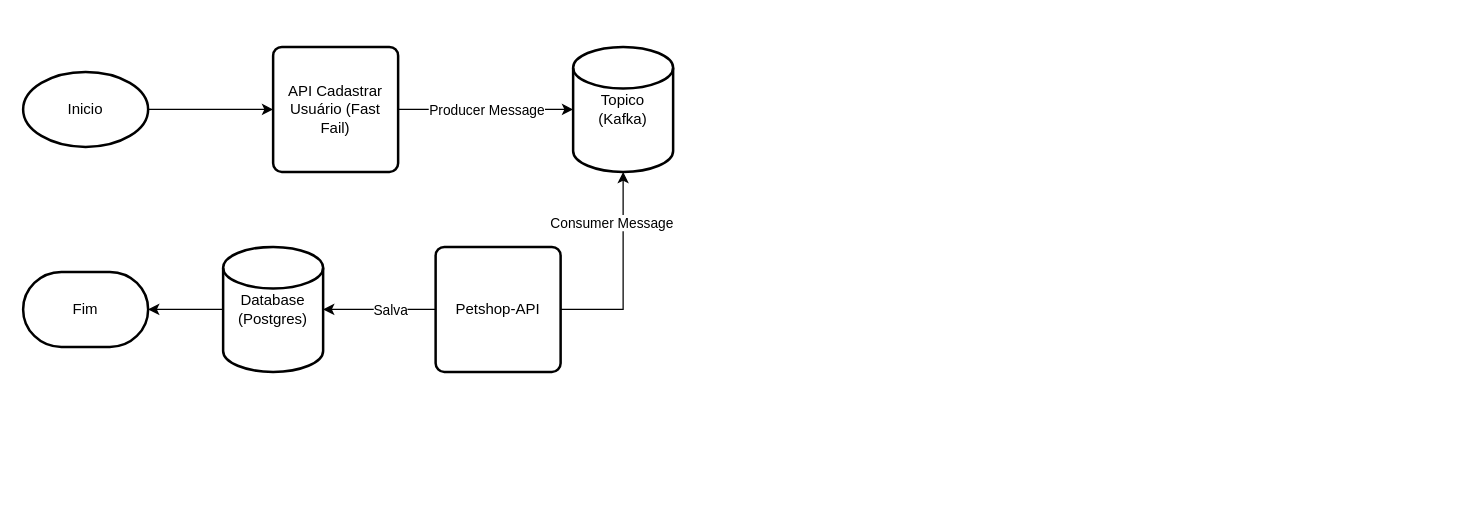
This is page "Usuario" (1 of 2) of diagramas/petshop-system.drawio from petshop-system/petshop-api, a draw.io file, before an edit. Source tidied: cells renumbered, new cells numbered last; positions are measured from the earlier drawing's top-left corner, leaving out a move shared by most shapes. Both pictures are drawn from the tidied source at 125%, with x=0, y=0 at pixel (22, 46).
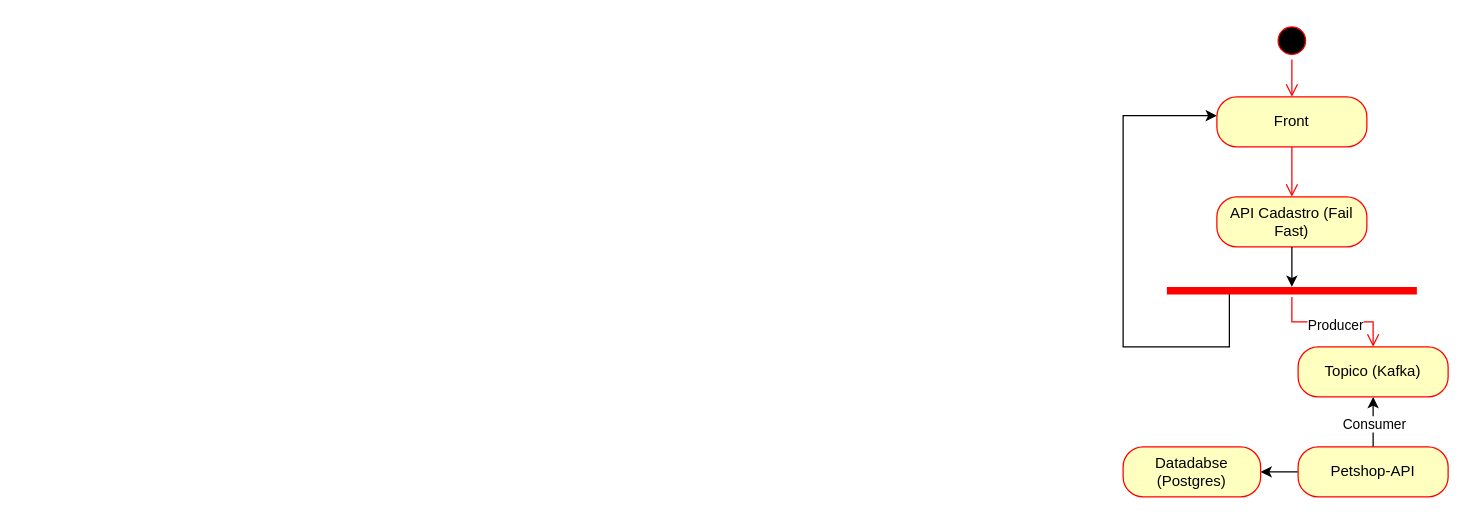
After the change.

Diff of the diagram source:
```diff
@@
-    <mxCell id="2" style="edgeStyle=orthogonalEdgeStyle;rounded=0;jettySize=auto;html=1;exitX=1;exitY=0.5;exitDx=0;exitDy=0;exitPerimeter=0;" parent="1" edge="1" source="3" target="4">
-      <mxGeometry relative="1" as="geometry" />
-    </mxCell>
-    <mxCell id="3" value="Inicio" style="strokeWidth=2;html=1;shape=mxgraph.flowchart.start_1;whiteSpace=wrap;" parent="1" vertex="1">
-      <mxGeometry y="20" width="100" height="60" as="geometry" />
-    </mxCell>
-    <mxCell id="4" value="API Cadastrar Usuário (Fast Fail)" style="rounded=1;whiteSpace=wrap;html=1;absoluteArcSize=1;arcSize=14;strokeWidth=2;" parent="1" vertex="1">
-      <mxGeometry x="200" width="100" height="100" as="geometry" />
-    </mxCell>
+    <mxCell id="16" style="edgeStyle=orthogonalEdgeStyle;rounded=0;jettySize=auto;html=1;exitX=0.25;exitY=0.5;exitDx=0;exitDy=0;exitPerimeter=0;entryX=0;entryY=0.5;entryDx=0;entryDy=0;" parent="1" edge="1" source="17">
+      <mxGeometry relative="1" as="geometry">
+        <mxPoint x="955" y="55" as="targetPoint" />
+        <Array as="points">
+          <mxPoint x="965" y="240" />
+          <mxPoint x="880" y="240" />
+          <mxPoint x="880" y="55" />
+        </Array>
+      </mxGeometry>
+    </mxCell>
+    <mxCell id="17" style="shape=line;html=1;strokeWidth=6;strokeColor=#ff0000;" parent="1" vertex="1">
+      <mxGeometry x="915" y="190" width="200" height="10" as="geometry" />
+    </mxCell>
+    <mxCell id="18" style="edgeStyle=orthogonalEdgeStyle;html=1;verticalAlign=bottom;endArrow=open;endSize=8;strokeColor=#ff0000;rounded=0;entryX=0.5;entryY=0;entryDx=0;entryDy=0;" parent="1" edge="1" source="17" target="5">
+      <mxGeometry relative="1" as="geometry" />
+    </mxCell>
+    <mxCell id="19" value="Producer" style="edgeLabel;html=1;align=center;verticalAlign=middle;" parent="18" vertex="1">
+      <mxGeometry x="-0.2" y="-2" relative="1" as="geometry">
+        <mxPoint x="12" as="offset" />
+      </mxGeometry>
+    </mxCell>
+    <mxCell id="20" style="ellipse;html=1;shape=startState;fillColor=#000000;strokeColor=#ff0000;" parent="1" vertex="1">
+      <mxGeometry x="1000" y="-20" width="30" height="30" as="geometry" />
+    </mxCell>
+    <mxCell id="21" style="edgeStyle=orthogonalEdgeStyle;html=1;verticalAlign=bottom;endArrow=open;endSize=8;strokeColor=#ff0000;rounded=0;entryX=0.5;entryY=0;entryDx=0;entryDy=0;" parent="1" edge="1" source="20" target="22">
+      <mxGeometry relative="1" as="geometry" />
+    </mxCell>
+    <mxCell id="22" value="Front" style="rounded=1;whiteSpace=wrap;html=1;arcSize=40;fontColor=#000000;fillColor=#ffffc0;strokeColor=#ff0000;" parent="1" vertex="1">
+      <mxGeometry x="955" y="40" width="120" height="40" as="geometry" />
+    </mxCell>
+    <mxCell id="23" style="edgeStyle=orthogonalEdgeStyle;html=1;verticalAlign=bottom;endArrow=open;endSize=8;strokeColor=#ff0000;rounded=0;entryX=0.5;entryY=0;entryDx=0;entryDy=0;" parent="1" edge="1" source="22" target="24">
+      <mxGeometry relative="1" as="geometry" />
+    </mxCell>
+    <mxCell id="24" value="API Cadastro (Fail Fast)" style="rounded=1;whiteSpace=wrap;html=1;arcSize=40;fontColor=#000000;fillColor=#ffffc0;strokeColor=#ff0000;" parent="1" vertex="1">
+      <mxGeometry x="955" y="120" width="120" height="40" as="geometry" />
+    </mxCell>
+    <mxCell id="25" style="edgeStyle=orthogonalEdgeStyle;rounded=0;jettySize=auto;html=1;entryX=0.5;entryY=0.2;entryDx=0;entryDy=0;entryPerimeter=0;" parent="1" edge="1" source="24" target="17">
+      <mxGeometry relative="1" as="geometry" />
+    </mxCell>
+    <mxCell id="26" style="edgeStyle=orthogonalEdgeStyle;rounded=0;jettySize=auto;html=1;" parent="1" edge="1" source="8" target="28">
+      <mxGeometry relative="1" as="geometry" />
+    </mxCell>
+    <mxCell id="9" style="edgeStyle=orthogonalEdgeStyle;rounded=0;jettySize=auto;html=1;entryX=0.5;entryY=1;entryDx=0;entryDy=0;" parent="1" edge="1" source="8" target="5">
+      <mxGeometry relative="1" as="geometry" />
+    </mxCell>
+    <mxCell id="27" value="Consumer" style="edgeLabel;html=1;align=center;verticalAlign=middle;" parent="9" vertex="1">
+      <mxGeometry x="-0.05" relative="1" as="geometry" />
+    </mxCell>
+    <mxCell id="8" value="Petshop-API" style="rounded=1;whiteSpace=wrap;html=1;arcSize=40;fontColor=#000000;fillColor=#ffffc0;strokeColor=#ff0000;" parent="1" vertex="1">
+      <mxGeometry x="1020" y="320" width="120" height="40" as="geometry" />
+    </mxCell>
+    <mxCell id="28" value="Datadabse (Postgres)" style="whiteSpace=wrap;html=1;fillColor=#ffffc0;strokeColor=#ff0000;fontColor=#000000;rounded=1;arcSize=40;" parent="1" vertex="1">
+      <mxGeometry x="880" y="320" width="110" height="40" as="geometry" />
+    </mxCell>
-    <mxCell id="5" value="Topico&lt;br&gt;(Kafka)" style="strokeWidth=2;html=1;shape=mxgraph.flowchart.database;whiteSpace=wrap;" parent="1" vertex="1">
-      <mxGeometry x="440" width="80" height="100" as="geometry" />
+    <mxCell id="5" value="Topico (Kafka)" style="rounded=1;whiteSpace=wrap;html=1;arcSize=40;fontColor=#000000;fillColor=#ffffc0;strokeColor=#ff0000;" parent="1" vertex="1">
+      <mxGeometry x="1020" y="240" width="120" height="40" as="geometry" />
     </mxCell>
-    <mxCell id="6" style="edgeStyle=orthogonalEdgeStyle;rounded=0;jettySize=auto;html=1;entryX=0;entryY=0.5;entryDx=0;entryDy=0;entryPerimeter=0;" parent="1" edge="1" source="4" target="5">
-      <mxGeometry relative="1" as="geometry" />
-    </mxCell>
-    <mxCell id="7" value="Producer Message" style="edgeLabel;html=1;align=center;verticalAlign=middle;" parent="6" vertex="1">
-      <mxGeometry x="0.13" y="1" relative="1" as="geometry">
-        <mxPoint x="-9" y="1" as="offset" />
-      </mxGeometry>
-    </mxCell>
-    <mxCell id="8" value="Petshop-API" style="rounded=1;whiteSpace=wrap;html=1;absoluteArcSize=1;arcSize=14;strokeWidth=2;" parent="1" vertex="1">
-      <mxGeometry x="330" y="160" width="100" height="100" as="geometry" />
-    </mxCell>
-    <mxCell id="9" style="edgeStyle=orthogonalEdgeStyle;rounded=0;jettySize=auto;html=1;entryX=0.5;entryY=1;entryDx=0;entryDy=0;entryPerimeter=0;" parent="1" edge="1" source="8" target="5">
-      <mxGeometry relative="1" as="geometry" />
-    </mxCell>
-    <mxCell id="10" value="Consumer Message" style="edgeLabel;html=1;align=center;verticalAlign=middle;" parent="9" vertex="1">
-      <mxGeometry x="-0.38" y="-4" relative="1" as="geometry">
-        <mxPoint x="-14" y="-70" as="offset" />
-      </mxGeometry>
-    </mxCell>
-    <mxCell id="11" value="Database (Postgres)" style="strokeWidth=2;html=1;shape=mxgraph.flowchart.database;whiteSpace=wrap;" parent="1" vertex="1">
-      <mxGeometry x="160" y="160" width="80" height="100" as="geometry" />
-    </mxCell>
-    <mxCell id="12" style="edgeStyle=orthogonalEdgeStyle;rounded=0;jettySize=auto;html=1;entryX=1;entryY=0.5;entryDx=0;entryDy=0;entryPerimeter=0;" parent="1" edge="1" source="8" target="11">
-      <mxGeometry relative="1" as="geometry" />
-    </mxCell>
-    <mxCell id="13" value="Salva" style="edgeLabel;html=1;align=center;verticalAlign=middle;" parent="12" vertex="1">
-      <mxGeometry x="-0.18" y="2" relative="1" as="geometry">
-        <mxPoint y="-2" as="offset" />
-      </mxGeometry>
-    </mxCell>
-    <mxCell id="14" value="Fim" style="strokeWidth=2;html=1;shape=mxgraph.flowchart.terminator;whiteSpace=wrap;" parent="1" vertex="1">
-      <mxGeometry y="180" width="100" height="60" as="geometry" />
-    </mxCell>
-    <mxCell id="15" style="edgeStyle=orthogonalEdgeStyle;rounded=0;jettySize=auto;html=1;entryX=1;entryY=0.5;entryDx=0;entryDy=0;entryPerimeter=0;" parent="1" edge="1" source="11" target="14">
-      <mxGeometry relative="1" as="geometry" />
-    </mxCell>
```
